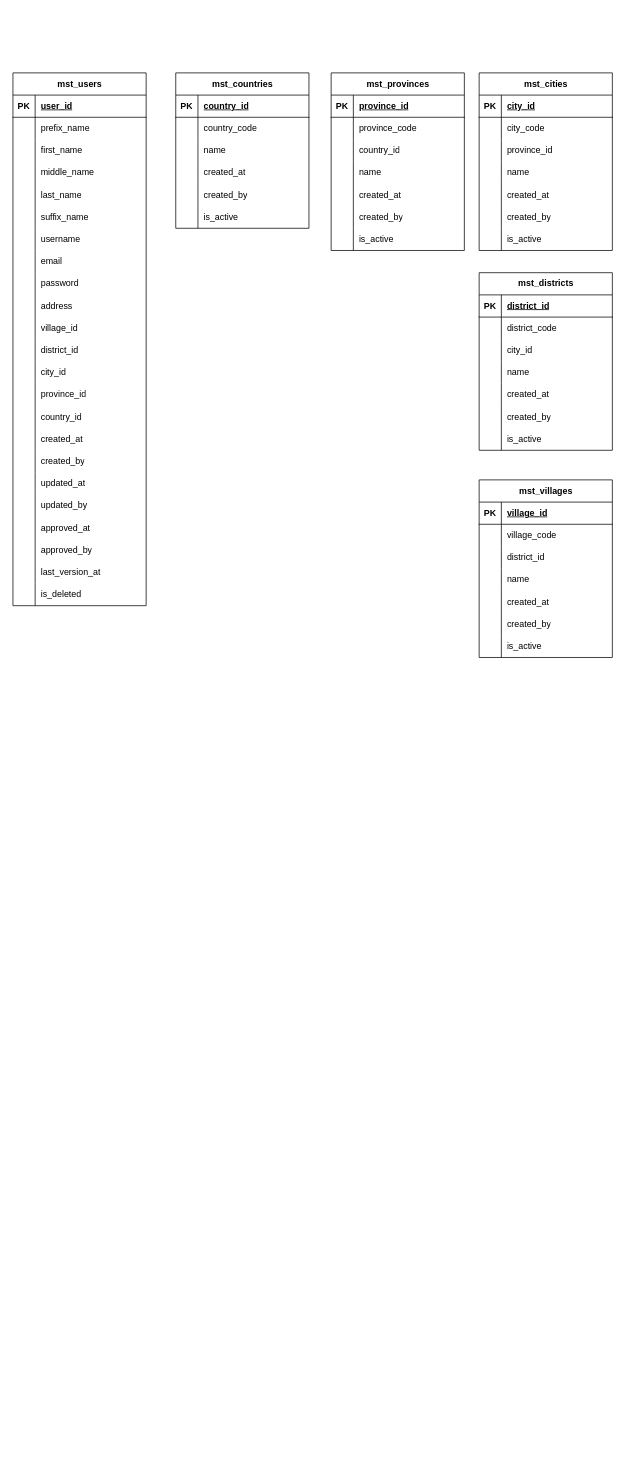
Above: files/designs/diagrams/ERD.drawio in pashaibrhm/foundear (draw.io), before the change. Source tidied: cells renumbered, new cells numbered last; positions are measured from the earlier drawing's top-left corner, leaving out a move shared by most shapes. Both pictures are drawn from the tidied source at 74%, with x=0, y=0 at pixel (13, 73).
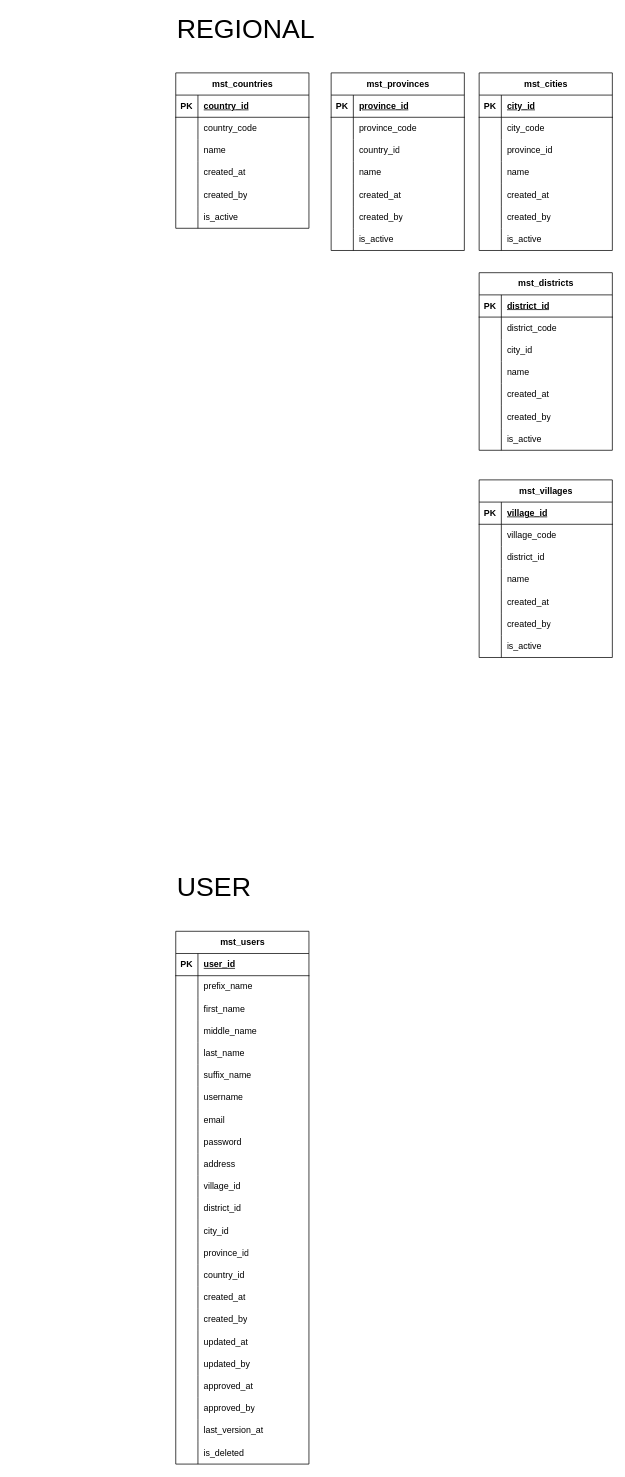
Above is the later version.

Commit message (it also covers changes not shown here):
add: add new ERD diagrams using Navicat Data Modeler

What changed in the source:
```diff
@@
     <mxCell id="2" value="mst_users" style="shape=table;startSize=30;childLayout=tableLayout;rowLines=0;fontStyle=1;align=center;html=1;" parent="1" vertex="1">
-      <mxGeometry width="180" height="720" as="geometry" />
+      <mxGeometry x="220" y="1160" width="180" height="720" as="geometry" />
     </mxCell>
@@
+    <mxCell id="179" value="REGIONAL" style="text;html=1;strokeColor=none;fillColor=none;align=left;verticalAlign=middle;whiteSpace=wrap;rounded=0;fontSize=36;" parent="1" vertex="1">
+      <mxGeometry x="220" y="-80" width="200" height="40" as="geometry" />
+    </mxCell>
+    <mxCell id="180" value="USER" style="text;html=1;strokeColor=none;fillColor=none;align=left;verticalAlign=middle;whiteSpace=wrap;rounded=0;fontSize=36;" parent="1" vertex="1">
+      <mxGeometry x="220" y="1080" width="200" height="40" as="geometry" />
+    </mxCell>
```
